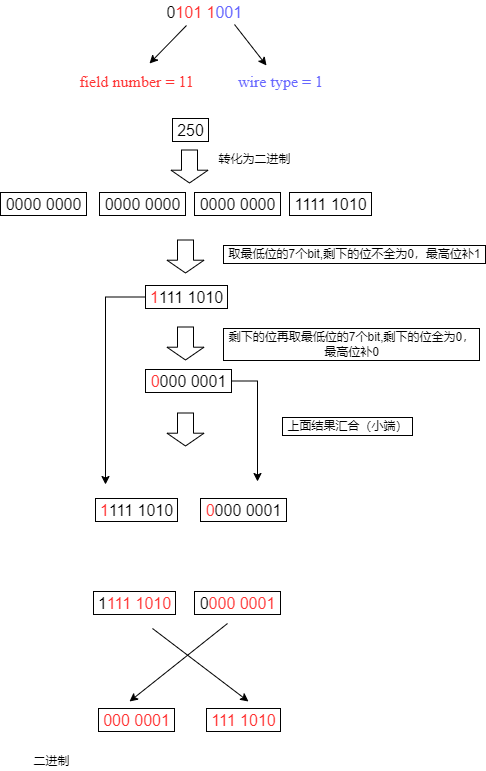
Earlier version of the draw.io export protobuf/demo1.png (sihaibao/note). Source tidied: cells renumbered, new cells last; positions are measured from the earlier drawing's top-left corner, leaving out a move shared by most shapes.
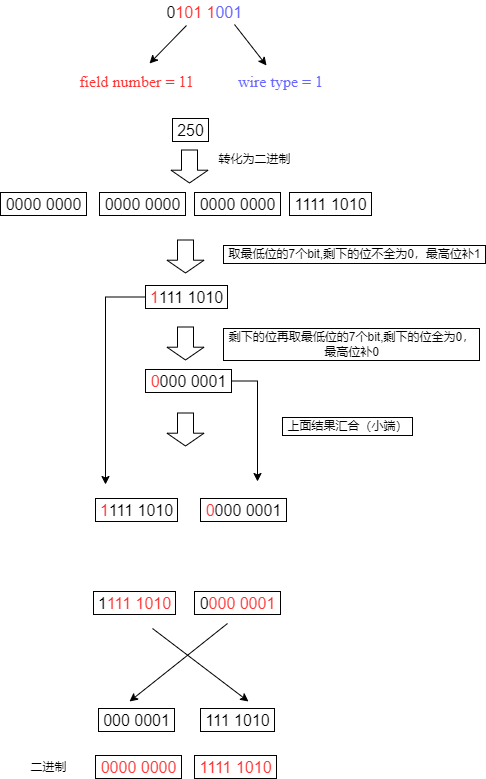
Above is the later version.

Diff of the diagram source:
```diff
@@ -115,13 +115,19 @@
       </mxGeometry>
     </mxCell>
     <mxCell id="30" value="&lt;font color=&quot;#000000&quot;&gt;二进制&lt;/font&gt;" style="text;html=1;align=center;verticalAlign=middle;strokeColor=none;fillColor=none;fontColor=#FF3333;" parent="1" vertex="1">
-      <mxGeometry x="28" y="752" width="46" height="18" as="geometry" />
+      <mxGeometry x="25" y="757.5" width="46" height="18" as="geometry" />
     </mxCell>
-    <mxCell id="31" value="&lt;font color=&quot;#ff3333&quot;&gt;000 0001&lt;/font&gt;" style="text;html=1;align=center;verticalAlign=middle;strokeColor=default;fillColor=none;fontSize=16;" parent="1" vertex="1">
+    <mxCell id="31" value="000 0001" style="text;html=1;align=center;verticalAlign=middle;strokeColor=#000000;fillColor=none;fontSize=16;" parent="1" vertex="1">
       <mxGeometry x="98" y="708" width="76" height="23" as="geometry" />
     </mxCell>
-    <mxCell id="32" value="&lt;font color=&quot;#ff3333&quot;&gt;111 1010&lt;/font&gt;" style="text;html=1;align=center;verticalAlign=middle;strokeColor=default;fillColor=none;fontSize=16;" parent="1" vertex="1">
-      <mxGeometry x="206" y="708" width="74" height="23" as="geometry" />
+    <mxCell id="32" value="111 1010" style="text;html=1;align=center;verticalAlign=middle;strokeColor=default;fillColor=none;fontSize=16;" parent="1" vertex="1">
+      <mxGeometry x="200" y="708" width="74" height="23" as="geometry" />
     </mxCell>
+    <mxCell id="33" value="&lt;font color=&quot;#ff3333&quot;&gt;1111 1010&lt;/font&gt;" style="text;html=1;align=center;verticalAlign=middle;strokeColor=default;fillColor=none;fontSize=16;" parent="1" vertex="1">
+      <mxGeometry x="194" y="755" width="82" height="23" as="geometry" />
+    </mxCell>
+    <mxCell id="34" value="&lt;font color=&quot;#ff3333&quot;&gt;0000 0000&lt;/font&gt;" style="text;html=1;align=center;verticalAlign=middle;strokeColor=default;fillColor=none;fontSize=16;" parent="1" vertex="1">
+      <mxGeometry x="95" y="755" width="86" height="23" as="geometry" />
+    </mxCell>
   </root>
 </mxGraphModel>
```
